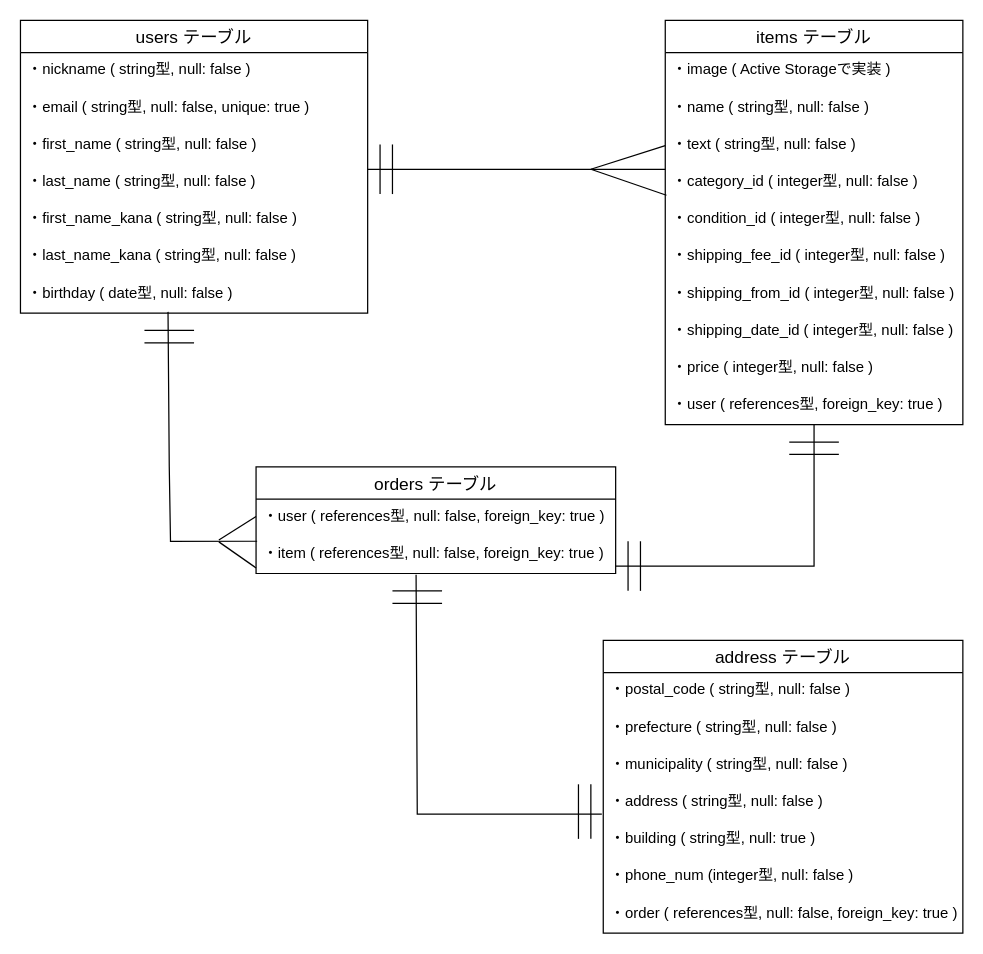
Above: ER.dio in O-DAIKI/furima-31699 (draw.io), before the change. Source tidied: cells renumbered, new cells numbered last; positions are measured from the earlier drawing's top-left corner, leaving out a move shared by most shapes. Both pictures are drawn from the tidied source at 124%, with x=0, y=0 at pixel (20, 20).
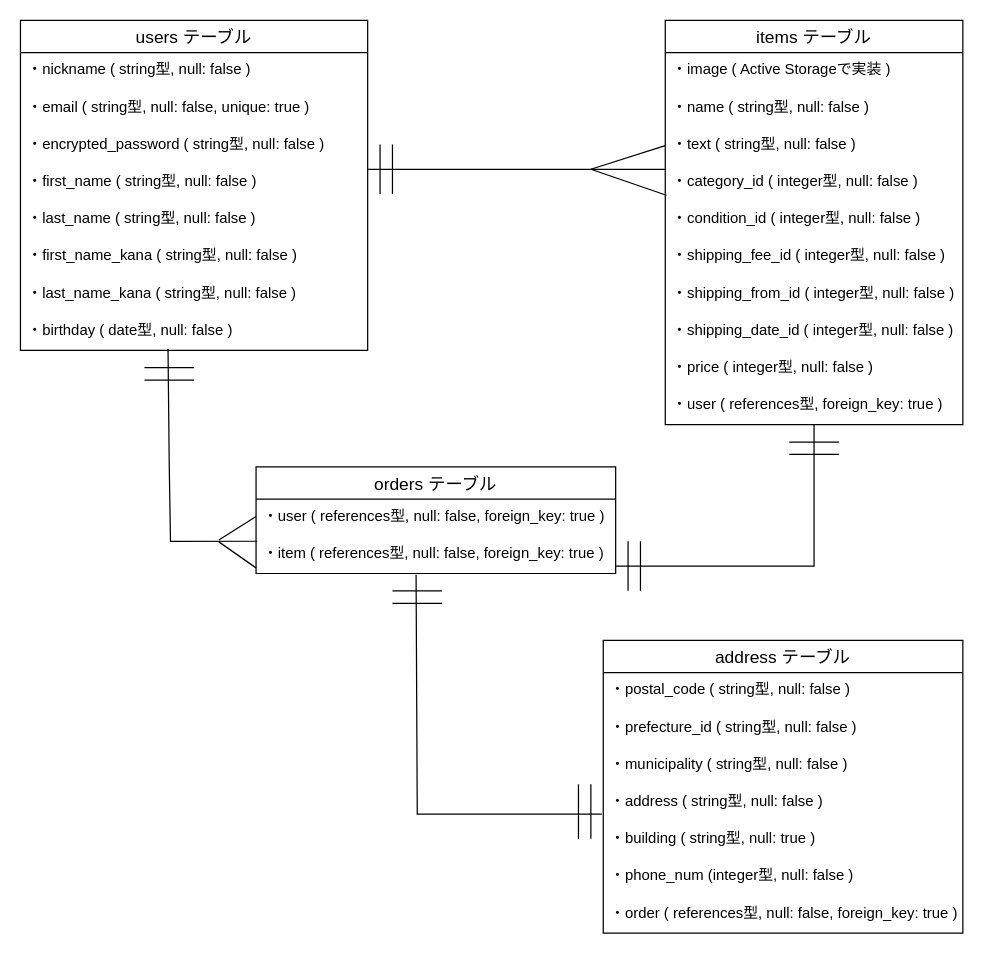
After the change.

Commit message (it also covers changes not shown here):
データベース設計(指摘箇所の修正)

Unchanged cells that the change refers to:
```xml
<mxCell id="39" value="address テーブル" style="swimlane;fontStyle=0;horizontal=1;startSize=26;align=center;fontSize=14;" parent="1" vertex="1">
  <mxGeometry x="470" y="500" width="290" height="236" as="geometry" />
</mxCell>
```

The edit, as a diff of the source:
```diff
@@
     <mxCell id="2" value="users テーブル" style="swimlane;fontStyle=0;horizontal=1;startSize=26;align=center;fontSize=14;" parent="1" vertex="1">
-      <mxGeometry width="280" height="236" as="geometry" />
+      <mxGeometry width="280" height="266" as="geometry" />
     </mxCell>
@@
+    <mxCell id="52" value="・encrypted_password ( string型, null: false )" style="text;strokeColor=none;fillColor=none;spacingLeft=4;spacingRight=4;overflow=hidden;fontSize=12;" parent="2" vertex="1">
+      <mxGeometry y="86" width="280" height="30" as="geometry" />
+    </mxCell>
     <mxCell id="5" value="・first_name ( string型, null: false )" style="text;strokeColor=none;fillColor=none;spacingLeft=4;spacingRight=4;overflow=hidden;fontSize=12;" parent="2" vertex="1">
-      <mxGeometry y="86" width="280" height="30" as="geometry" />
+      <mxGeometry y="116" width="280" height="30" as="geometry" />
     </mxCell>
     <mxCell id="6" value="・last_name ( string型, null: false )" style="text;strokeColor=none;fillColor=none;spacingLeft=4;spacingRight=4;overflow=hidden;fontSize=12;" parent="2" vertex="1">
-      <mxGeometry y="116" width="280" height="30" as="geometry" />
+      <mxGeometry y="146" width="280" height="30" as="geometry" />
     </mxCell>
     <mxCell id="7" value="・first_name_kana ( string型, null: false )" style="text;strokeColor=none;fillColor=none;spacingLeft=4;spacingRight=4;overflow=hidden;fontSize=12;" parent="2" vertex="1">
-      <mxGeometry y="146" width="280" height="30" as="geometry" />
+      <mxGeometry y="176" width="280" height="30" as="geometry" />
     </mxCell>
     <mxCell id="8" value="・last_name_kana ( string型, null: false )" style="text;strokeColor=none;fillColor=none;spacingLeft=4;spacingRight=4;overflow=hidden;fontSize=12;" parent="2" vertex="1">
-      <mxGeometry y="176" width="280" height="30" as="geometry" />
+      <mxGeometry y="206" width="280" height="30" as="geometry" />
     </mxCell>
     <mxCell id="9" value="・birthday ( date型, null: false )" style="text;strokeColor=none;fillColor=none;spacingLeft=4;spacingRight=4;overflow=hidden;points=[[0,0.5],[1,0.5]];portConstraint=eastwest;fontSize=12;" parent="2" vertex="1">
-      <mxGeometry y="206" width="280" height="30" as="geometry" />
+      <mxGeometry y="236" width="280" height="30" as="geometry" />
     </mxCell>
@@
     <mxCell id="27" style="endArrow=none;html=1;rounded=0;" parent="1" edge="1">
       <mxGeometry relative="1" as="geometry">
-        <mxPoint x="100" y="250" as="sourcePoint" />
-        <mxPoint x="140" y="250" as="targetPoint" />
+        <mxPoint x="100" y="290" as="sourcePoint" />
+        <mxPoint x="140" y="290" as="targetPoint" />
       </mxGeometry>
     </mxCell>
-    <mxCell id="28" style="endArrow=none;html=1;rounded=0;" parent="1" edge="1">
-      <mxGeometry relative="1" as="geometry">
-        <mxPoint x="100" y="260" as="sourcePoint" />
-        <mxPoint x="140" y="260" as="targetPoint" />
-      </mxGeometry>
-    </mxCell>
@@
-    <mxCell id="41" value="・prefecture ( string型, null: false )" style="text;strokeColor=none;fillColor=none;spacingLeft=4;spacingRight=4;overflow=hidden;fontSize=12;" parent="39" vertex="1">
+    <mxCell id="41" value="・prefecture_id ( string型, null: false )" style="text;strokeColor=none;fillColor=none;spacingLeft=4;spacingRight=4;overflow=hidden;fontSize=12;" parent="39" vertex="1">
       <mxGeometry y="56" width="290" height="30" as="geometry" />
     </mxCell>
@@
+    <mxCell id="28" style="endArrow=none;html=1;rounded=0;" parent="1" edge="1">
+      <mxGeometry relative="1" as="geometry">
+        <mxPoint x="100" y="280" as="sourcePoint" />
+        <mxPoint x="140" y="280" as="targetPoint" />
+      </mxGeometry>
+    </mxCell>
```
